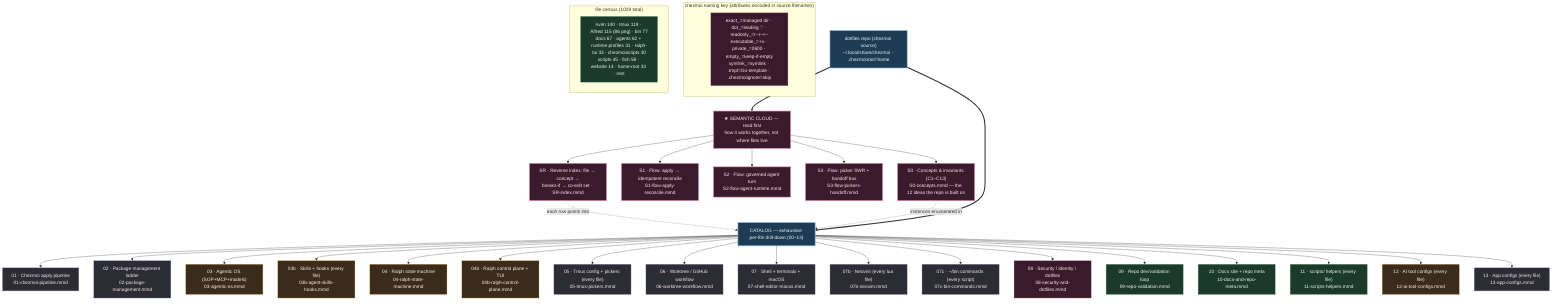
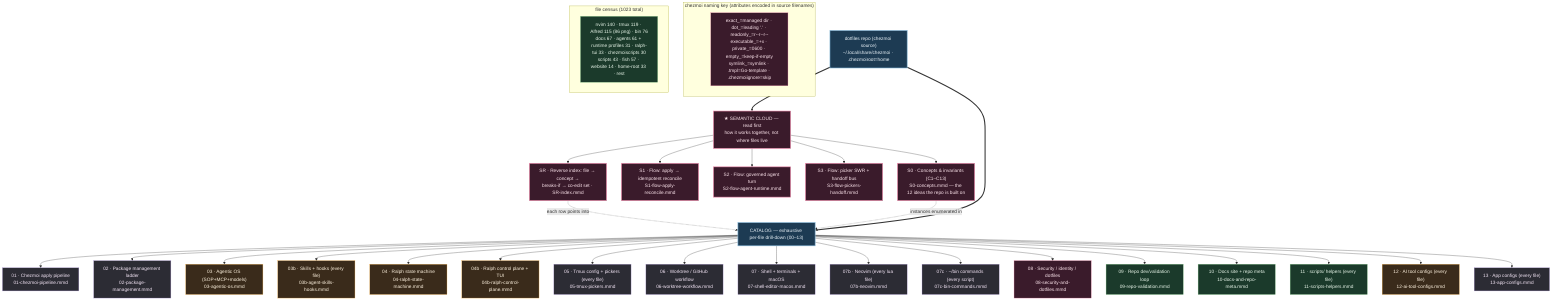
%% ============================================================================
%% 00-overview.mmd — Master navigation map for kapral18/dotfiles
%% TWO LAYERS:
%%   SEMANTIC CLOUD (read first) — how the system THINKS: concepts+invariants
%%     (S0), cross-cutting flows (S1/S2/S3), and a reverse index (SR) that maps
%%     any file to its concept, blast radius, and co-edit set.
%%   CATALOG (drill-down) — how the system is LAID OUT: 00-13 enumerate every
- %%     one of the 1028 tracked files by exact chezmoi source path.
+ %%     one of the 1023 tracked files by exact chezmoi source path.
%% `home/` is chezmoi source deployed to $HOME; scripts/tools/website/docs are
%% repo-side (NOT deployed). Each node → a deeper .mmd.
%% ============================================================================
graph TD
    classDef entry fill:#1d3b53,stroke:#7fb3d5,color:#eaf2f8,stroke-width:2px;
    classDef sys fill:#2c2c34,stroke:#b39ddb,color:#f3e5f5;
    classDef ai fill:#3a2b1b,stroke:#ffb74d,color:#fff3e0;
    classDef repo fill:#1b3a2b,stroke:#81c784,color:#e8f5e9;
    classDef data fill:#3a1b2b,stroke:#f48fb1,color:#fce4ec;
    classDef sem fill:#3a1b2b,stroke:#f48fb1,color:#fce4ec,stroke-width:2px;

    ROOT["dotfiles repo (chezmoi source)<br/>~/.local/share/chezmoi · .chezmoiroot=home"]:::entry

    %% ---- SEMANTIC LAYER (read before the catalog) --------------------------
    ROOT ==> SEMHEAD["★ SEMANTIC CLOUD — read first<br/>how it works together, not where files live"]:::sem
    SEMHEAD --> S0["S0 · Concepts & invariants (C1–C13)<br/>S0-concepts.mmd — the 12 ideas the repo is built on"]:::sem
    SEMHEAD --> S1["S1 · Flow: apply → idempotent reconcile<br/>S1-flow-apply-reconcile.mmd"]:::sem
    SEMHEAD --> S2["S2 · Flow: governed agent turn<br/>S2-flow-agent-runtime.mmd"]:::sem
    SEMHEAD --> S3["S3 · Flow: picker SWR + handoff bus<br/>S3-flow-pickers-handoff.mmd"]:::sem
    SEMHEAD --> SR["SR · Reverse index: file → concept →<br/>breaks-if → co-edit set · SR-index.mmd"]:::sem
    SR -. "each row points into" .-> CATHEAD
    S0 -. "instances enumerated in" .-> CATHEAD

    %% ---- CATALOG LAYER (exhaustive per-file drill-down) --------------------
    ROOT ==> CATHEAD["CATALOG — exhaustive per-file drill-down (00–13)"]:::entry

    CATHEAD --> CZ["01 · Chezmoi apply pipeline<br/>01-chezmoi-pipeline.mmd"]:::sys
    CATHEAD --> PKG["02 · Package management ladder<br/>02-package-management.mmd"]:::sys
    CATHEAD --> AIOS["03 · Agentic OS (SOP+MCP+models)<br/>03-agentic-os.mmd"]:::ai
    CATHEAD --> SKILLS["03b · Skills + hooks (every file)<br/>03b-agent-skills-hooks.mmd"]:::ai
    CATHEAD --> RALPH["04 · Ralph state machine<br/>04-ralph-state-machine.mmd"]:::ai
    CATHEAD --> RALPHCP["04b · Ralph control plane + TUI<br/>04b-ralph-control-plane.mmd"]:::ai
    CATHEAD --> TMUX["05 · Tmux config + pickers (every file)<br/>05-tmux-pickers.mmd"]:::sys
    CATHEAD --> WT["06 · Worktree / GitHub workflow<br/>06-worktree-workflow.mmd"]:::sys
    CATHEAD --> SEM["07 · Shell + terminals + macOS<br/>07-shell-editor-macos.mmd"]:::sys
    CATHEAD --> NVIM["07b · Neovim (every lua file)<br/>07b-neovim.mmd"]:::sys
    CATHEAD --> BIN["07c · ~/bin commands (every script)<br/>07c-bin-commands.mmd"]:::sys
    CATHEAD --> SEC["08 · Security / identity / dotfiles<br/>08-security-and-dotfiles.mmd"]:::data
    CATHEAD --> VAL["09 · Repo dev/validation loop<br/>09-repo-validation.mmd"]:::repo
    CATHEAD --> DOCS["10 · Docs site + repo meta<br/>10-docs-and-repo-meta.mmd"]:::repo
    CATHEAD --> SCRIPTS["11 · scripts/ helpers (every file)<br/>11-scripts-helpers.mmd"]:::repo
    CATHEAD --> AICFG["12 · AI tool configs (every file)<br/>12-ai-tool-configs.mmd"]:::ai
    CATHEAD --> APPS["13 · App configs (every file)<br/>13-app-configs.mmd"]:::sys

    subgraph KEY["chezmoi naming key (attributes encoded in source filenames)"]
        K1["exact_=managed dir · dot_=leading '.' · readonly_=r--r--r--<br/>executable_=+x · private_=0600 · empty_=keep-if-empty<br/>symlink_=symlink · .tmpl=Go-template · .chezmoiignore=skip"]:::data
    end

-     subgraph COUNTS["file census (1028 total)"]
-         C1["nvim 140 · tmux 119 · Alfred 115 (86 png) · bin 77<br/>docs 67 · agents 62 + runtime profiles 31 · ralph-tui 33 · chezmoiscripts 30<br/>scripts 45 · fish 58 · website 14 · home-root 33 · rest"]:::repo
+     subgraph COUNTS["file census (1023 total)"]
+         C1["nvim 140 · tmux 119 · Alfred 115 (86 png) · bin 76<br/>docs 67 · agents 61 + runtime profiles 31 · ralph-tui 33 · chezmoiscripts 30<br/>scripts 43 · fish 57 · website 14 · home-root 33 · rest"]:::repo
    end
